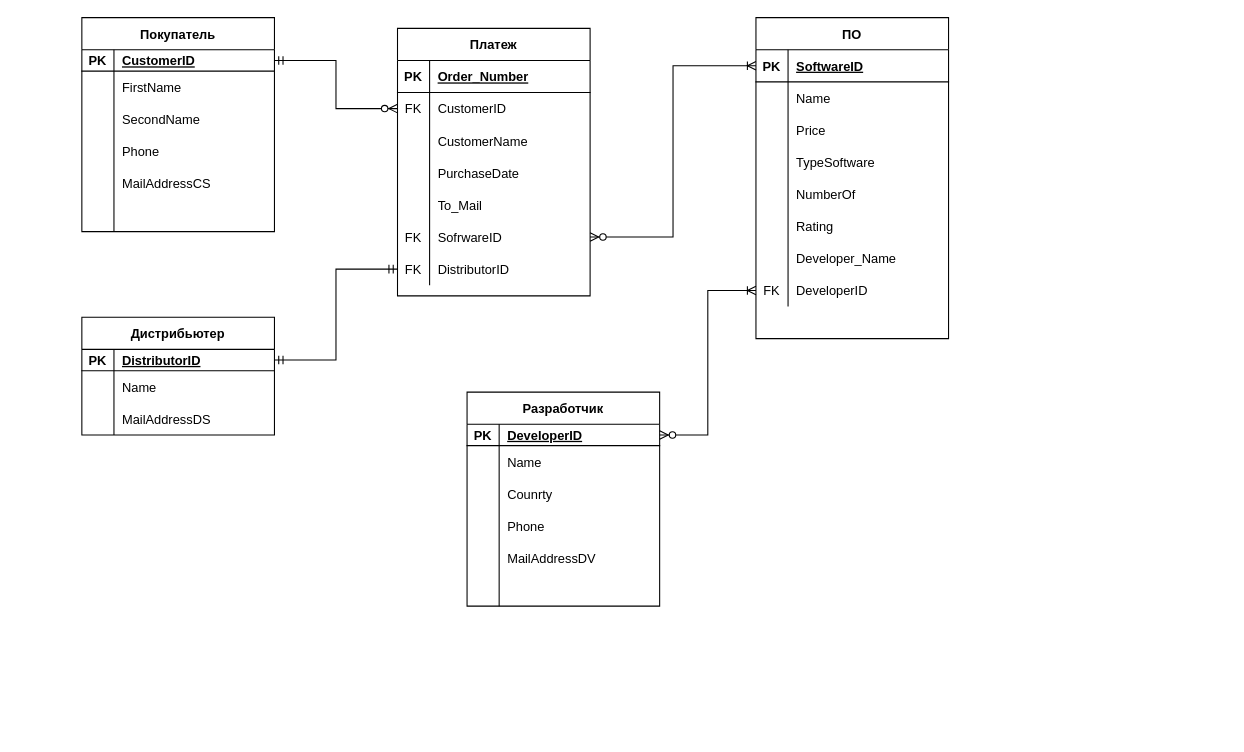
This is ER_Diagr.drawio from NikitaGusevZ/FirstRepository, a draw.io file, before an edit. Source tidied: cells renumbered, new cells numbered last; positions are measured from the earlier drawing's top-left corner, leaving out a move shared by most shapes. Both pictures are drawn from the tidied source at 107%, with x=0, y=0 at pixel (81, 17).
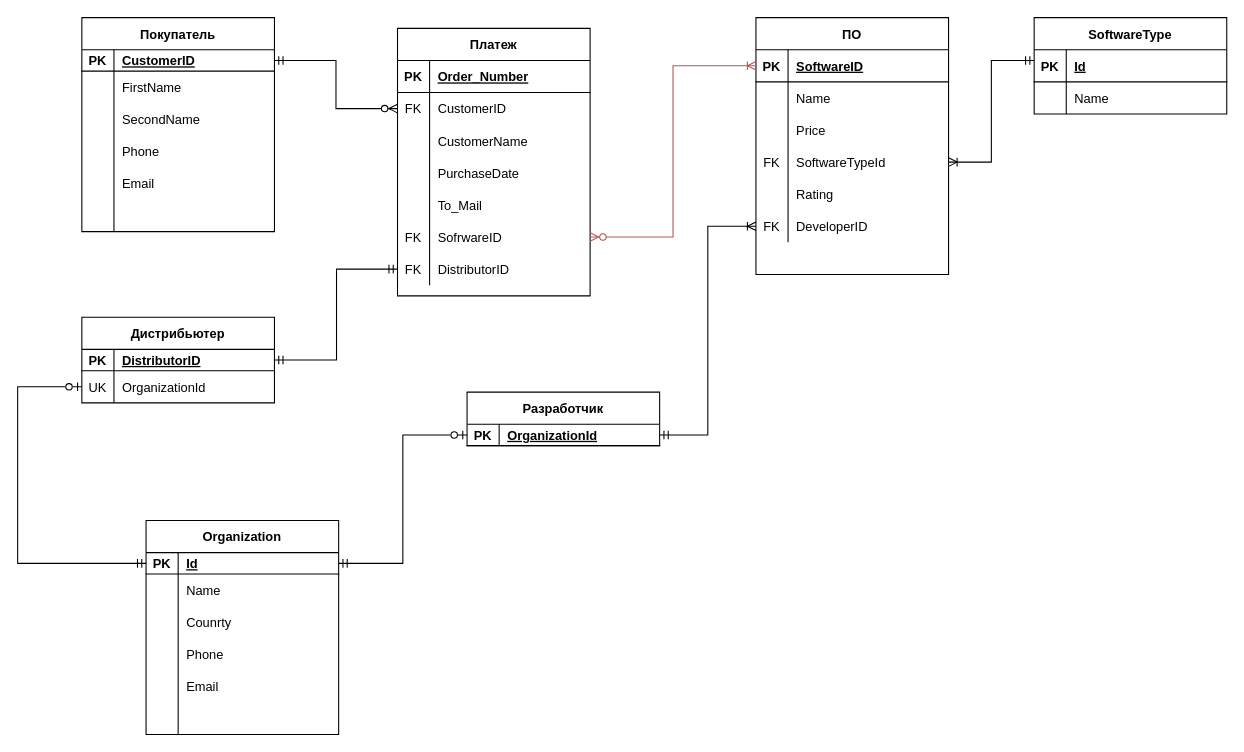
After the change.

The change refers to these unchanged cells:
```xml
<mxCell id="15" style="shape=partialRectangle;fillColor=none;top=0;left=0;bottom=0;right=0;strokeColor=default;" parent="2" vertex="1">
  <mxGeometry y="140" width="180" height="30" as="geometry" />
</mxCell>
<mxCell id="22" style="shape=partialRectangle;fillColor=none;top=0;left=0;bottom=1;right=0;points=[[0,0.5],[1,0.5]];portConstraint=eastwest;strokeColor=default;" parent="21" vertex="1">
  <mxGeometry y="30" width="180" height="30" as="geometry" />
</mxCell>
<mxCell id="31" style="shape=partialRectangle;fillColor=none;top=0;left=0;bottom=0;right=0;points=[[0,0.5],[1,0.5]];portConstraint=eastwest;strokeColor=default;" parent="21" vertex="1">
  <mxGeometry y="120" width="180" height="30" as="geometry" />
</mxCell>
<mxCell id="62" style="shape=partialRectangle;fillColor=none;top=0;left=0;bottom=0;right=0;points=[[0,0.5],[1,0.5]];portConstraint=eastwest;strokeColor=default;" parent="46" vertex="1">
  <mxGeometry y="180" width="180" height="30" as="geometry" />
</mxCell>
<mxCell id="65" style="shape=partialRectangle;fillColor=none;top=0;left=0;bottom=0;right=0;points=[[0,0.5],[1,0.5]];portConstraint=eastwest;strokeColor=default;" parent="46" vertex="1">
  <mxGeometry y="210" width="180" height="30" as="geometry" />
</mxCell>
<mxCell id="71" style="shape=partialRectangle;fillColor=none;top=0;left=0;bottom=1;right=0;points=[[0,0.5],[1,0.5]];portConstraint=eastwest;strokeColor=default;" parent="70" vertex="1">
  <mxGeometry y="30" width="180" height="20" as="geometry" />
</mxCell>
<mxCell id="82" style="shape=partialRectangle;fillColor=none;top=0;left=0;bottom=1;right=0;points=[[0,0.5],[1,0.5]];portConstraint=eastwest;strokeColor=default;" parent="81" vertex="1">
  <mxGeometry y="30" width="180" height="20" as="geometry" />
</mxCell>
```

Diff of the diagram source:
```diff
@@
-    <mxCell id="17" value="MailAddressCS" style="shape=partialRectangle;fillColor=none;top=0;left=0;bottom=0;right=0;align=left;spacingLeft=6;overflow=hidden;strokeColor=default;" parent="15" vertex="1">
+    <mxCell id="17" value="Email" style="shape=partialRectangle;fillColor=none;top=0;left=0;bottom=0;right=0;align=left;spacingLeft=6;overflow=hidden;strokeColor=default;" parent="15" vertex="1">
       <mxGeometry x="30" width="150" height="30" as="geometry" />
     </mxCell>
@@
     <mxCell id="21" value="ПО" style="shape=table;startSize=30;childLayout=tableLayout;rowLines=0;fontStyle=1;align=center;strokeColor=default;" parent="1" vertex="1">
-      <mxGeometry x="630" width="180" height="300" as="geometry" />
+      <mxGeometry x="630" width="180" height="240" as="geometry" />
     </mxCell>
@@
-    <mxCell id="32" style="shape=partialRectangle;fillColor=none;top=0;left=0;bottom=0;right=0;overflow=hidden;strokeColor=default;" parent="31" vertex="1">
+    <mxCell id="32" value="FK" style="shape=partialRectangle;fillColor=none;top=0;left=0;bottom=0;right=0;overflow=hidden;strokeColor=default;" parent="31" vertex="1">
       <mxGeometry width="30" height="30" as="geometry" />
     </mxCell>
-    <mxCell id="33" value="TypeSoftware" style="shape=partialRectangle;fillColor=none;top=0;left=0;bottom=0;right=0;align=left;spacingLeft=6;overflow=hidden;strokeColor=default;" parent="31" vertex="1">
+    <mxCell id="33" value="SoftwareTypeId" style="shape=partialRectangle;fillColor=none;top=0;left=0;bottom=0;right=0;align=left;spacingLeft=6;overflow=hidden;strokeColor=default;" parent="31" vertex="1">
       <mxGeometry x="30" width="150" height="30" as="geometry" />
     </mxCell>
-    <mxCell id="34" style="shape=partialRectangle;fillColor=none;top=0;left=0;bottom=0;right=0;strokeColor=default;" parent="21" vertex="1">
-      <mxGeometry y="150" width="180" height="30" as="geometry" />
-    </mxCell>
-    <mxCell id="35" style="shape=partialRectangle;fillColor=none;top=0;left=0;bottom=0;right=0;overflow=hidden;strokeColor=default;" parent="34" vertex="1">
-      <mxGeometry width="30" height="30" as="geometry" />
-    </mxCell>
-    <mxCell id="36" value="NumberOf" style="shape=partialRectangle;fillColor=none;top=0;left=0;bottom=0;right=0;align=left;spacingLeft=6;overflow=hidden;strokeColor=default;" parent="34" vertex="1">
-      <mxGeometry x="30" width="150" height="30" as="geometry" />
-    </mxCell>
     <mxCell id="37" style="shape=partialRectangle;fillColor=none;top=0;left=0;bottom=0;right=0;" parent="21" vertex="1">
-      <mxGeometry y="180" width="180" height="30" as="geometry" />
+      <mxGeometry y="150" width="180" height="30" as="geometry" />
     </mxCell>
@@
-    <mxCell id="40" style="shape=partialRectangle;fillColor=none;top=0;left=0;bottom=0;right=0;strokeColor=default;" parent="21" vertex="1">
-      <mxGeometry y="210" width="180" height="30" as="geometry" />
-    </mxCell>
-    <mxCell id="41" style="shape=partialRectangle;fillColor=none;top=0;left=0;bottom=0;right=0;overflow=hidden;strokeColor=default;" parent="40" vertex="1">
-      <mxGeometry width="30" height="30" as="geometry" />
-    </mxCell>
-    <mxCell id="42" value="Developer_Name" style="shape=partialRectangle;fillColor=none;top=0;left=0;bottom=0;right=0;align=left;spacingLeft=6;overflow=hidden;strokeColor=default;" parent="40" vertex="1">
-      <mxGeometry x="30" width="150" height="30" as="geometry" />
-    </mxCell>
     <mxCell id="43" style="shape=partialRectangle;fillColor=none;top=0;left=0;bottom=0;right=0;points=[[0,0.5],[1,0.5]];portConstraint=eastwest;strokeColor=default;" parent="21" vertex="1">
-      <mxGeometry y="240" width="180" height="30" as="geometry" />
+      <mxGeometry y="180" width="180" height="30" as="geometry" />
     </mxCell>
@@
-    <mxCell id="69" style="edgeStyle=orthogonalEdgeStyle;fontSize=12;html=1;endArrow=ERoneToMany;startArrow=ERzeroToMany;rounded=0;" parent="1" edge="1" source="62" target="22">
+    <mxCell id="69" style="edgeStyle=orthogonalEdgeStyle;fontSize=12;html=1;endArrow=ERoneToMany;startArrow=ERzeroToMany;rounded=0;fillColor=#f8cecc;strokeColor=#b85450;" parent="1" edge="1" source="62" target="22">
       <mxGeometry relative="1" as="geometry" />
     </mxCell>
     <mxCell id="70" value="Дистрибьютер" style="shape=table;startSize=30;childLayout=tableLayout;rowLines=0;fontStyle=1;align=center;strokeColor=default;" parent="1" vertex="1">
-      <mxGeometry y="280" width="180" height="110" as="geometry" />
+      <mxGeometry y="280" width="180" height="80" as="geometry" />
     </mxCell>
@@
-    <mxCell id="74" style="shape=partialRectangle;fillColor=none;top=0;left=0;bottom=0;right=0;strokeColor=default;" parent="70" vertex="1">
-      <mxGeometry y="50" width="180" height="30" as="geometry" />
-    </mxCell>
-    <mxCell id="75" style="shape=partialRectangle;fillColor=none;top=0;left=0;bottom=0;right=0;overflow=hidden;strokeColor=default;" parent="74" vertex="1">
-      <mxGeometry width="30" height="30" as="geometry" />
-    </mxCell>
-    <mxCell id="76" value="Name" style="shape=partialRectangle;fillColor=none;top=0;left=0;bottom=0;right=0;align=left;spacingLeft=6;overflow=hidden;strokeColor=default;" parent="74" vertex="1">
-      <mxGeometry x="30" width="150" height="30" as="geometry" />
-    </mxCell>
-    <mxCell id="77" style="shape=partialRectangle;fillColor=none;top=0;left=0;bottom=0;right=0;strokeColor=default;" parent="70" vertex="1">
-      <mxGeometry y="80" width="180" height="30" as="geometry" />
-    </mxCell>
-    <mxCell id="78" style="shape=partialRectangle;fillColor=none;top=0;left=0;bottom=0;right=0;overflow=hidden;strokeColor=default;" parent="77" vertex="1">
-      <mxGeometry width="30" height="30" as="geometry" />
-    </mxCell>
-    <mxCell id="79" value="MailAddressDS" style="shape=partialRectangle;fillColor=none;top=0;left=0;bottom=0;right=0;align=left;spacingLeft=6;overflow=hidden;strokeColor=default;" parent="77" vertex="1">
-      <mxGeometry x="30" width="150" height="30" as="geometry" />
-    </mxCell>
+    <mxCell id="101" style="shape=partialRectangle;fillColor=none;top=0;left=0;bottom=0;right=0;points=[[0,0.5],[1,0.5]];portConstraint=eastwest;strokeColor=default;" parent="70" vertex="1">
+      <mxGeometry y="50" width="180" height="30" as="geometry" />
+    </mxCell>
+    <mxCell id="102" value="UK" style="shape=partialRectangle;fillColor=none;top=0;left=0;bottom=0;right=0;overflow=hidden;strokeColor=default;" parent="101" vertex="1">
+      <mxGeometry width="30" height="30" as="geometry" />
+    </mxCell>
+    <mxCell id="103" value="OrganizationId" style="shape=partialRectangle;fillColor=none;top=0;left=0;bottom=0;right=0;align=left;spacingLeft=6;overflow=hidden;strokeColor=default;" parent="101" vertex="1">
+      <mxGeometry x="30" width="150" height="30" as="geometry" />
+    </mxCell>
     <mxCell id="80" style="edgeStyle=orthogonalEdgeStyle;fontSize=12;html=1;endArrow=ERmandOne;startArrow=ERmandOne;rounded=0;" parent="1" edge="1" source="71" target="65">
-      <mxGeometry relative="1" as="geometry" />
+      <mxGeometry relative="1" as="geometry">
+        <Array as="points">
+          <mxPoint x="238" y="320" />
+          <mxPoint x="238" y="235" />
+        </Array>
+      </mxGeometry>
     </mxCell>
     <mxCell id="81" value="Разработчик" style="shape=table;startSize=30;childLayout=tableLayout;rowLines=0;fontStyle=1;align=center;strokeColor=default;" parent="1" vertex="1">
-      <mxGeometry x="360" y="350" width="180" height="200" as="geometry" />
+      <mxGeometry x="360" y="350" width="180" height="50" as="geometry" />
     </mxCell>
@@
-    <mxCell id="84" value="DeveloperID" style="shape=partialRectangle;fillColor=none;top=0;left=0;bottom=0;right=0;align=left;spacingLeft=6;fontStyle=5;overflow=hidden;strokeColor=default;" parent="82" vertex="1">
+    <mxCell id="84" value="OrganizationId" style="shape=partialRectangle;fillColor=none;top=0;left=0;bottom=0;right=0;align=left;spacingLeft=6;fontStyle=5;overflow=hidden;strokeColor=default;" parent="82" vertex="1">
       <mxGeometry x="30" width="150" height="20" as="geometry" />
     </mxCell>
-    <mxCell id="85" style="shape=partialRectangle;fillColor=none;top=0;left=0;bottom=0;right=0;strokeColor=default;" parent="81" vertex="1">
-      <mxGeometry y="50" width="180" height="30" as="geometry" />
-    </mxCell>
-    <mxCell id="86" style="shape=partialRectangle;fillColor=none;top=0;left=0;bottom=0;right=0;overflow=hidden;strokeColor=default;" parent="85" vertex="1">
-      <mxGeometry width="30" height="30" as="geometry" />
-    </mxCell>
-    <mxCell id="87" value="Name" style="shape=partialRectangle;fillColor=none;top=0;left=0;bottom=0;right=0;align=left;spacingLeft=6;overflow=hidden;strokeColor=default;" parent="85" vertex="1">
-      <mxGeometry x="30" width="150" height="30" as="geometry" />
-    </mxCell>
-    <mxCell id="88" style="shape=partialRectangle;fillColor=none;top=0;left=0;bottom=0;right=0;strokeColor=default;" parent="81" vertex="1">
-      <mxGeometry y="80" width="180" height="30" as="geometry" />
-    </mxCell>
-    <mxCell id="89" style="shape=partialRectangle;fillColor=none;top=0;left=0;bottom=0;right=0;overflow=hidden;strokeColor=default;" parent="88" vertex="1">
-      <mxGeometry width="30" height="30" as="geometry" />
-    </mxCell>
+    <mxCell id="100" style="edgeStyle=orthogonalEdgeStyle;fontSize=12;html=1;endArrow=ERoneToMany;startArrow=ERmandOne;rounded=0;startFill=0;" parent="1" edge="1" source="82" target="43">
+      <mxGeometry relative="1" as="geometry" />
+    </mxCell>
+    <mxCell id="104" value="SoftwareType" style="shape=table;startSize=30;childLayout=tableLayout;rowLines=0;fontStyle=1;align=center;strokeColor=default;" parent="1" vertex="1">
+      <mxGeometry x="890" width="180" height="90" as="geometry" />
+    </mxCell>
+    <mxCell id="105" style="shape=partialRectangle;fillColor=none;top=0;left=0;bottom=1;right=0;points=[[0,0.5],[1,0.5]];portConstraint=eastwest;strokeColor=default;" parent="104" vertex="1">
+      <mxGeometry y="30" width="180" height="30" as="geometry" />
+    </mxCell>
+    <mxCell id="106" value="PK" style="shape=partialRectangle;fillColor=none;top=0;left=0;bottom=0;right=0;fontStyle=1;overflow=hidden;strokeColor=default;" parent="105" vertex="1">
+      <mxGeometry width="30" height="30" as="geometry" />
+    </mxCell>
+    <mxCell id="107" value="Id" style="shape=partialRectangle;fillColor=none;top=0;left=0;bottom=0;right=0;align=left;spacingLeft=6;fontStyle=5;overflow=hidden;strokeColor=default;" parent="105" vertex="1">
+      <mxGeometry x="30" width="150" height="30" as="geometry" />
+    </mxCell>
+    <mxCell id="108" style="shape=partialRectangle;fillColor=none;top=0;left=0;bottom=0;right=0;strokeColor=default;" parent="104" vertex="1">
+      <mxGeometry y="60" width="180" height="30" as="geometry" />
+    </mxCell>
+    <mxCell id="109" style="shape=partialRectangle;fillColor=none;top=0;left=0;bottom=0;right=0;overflow=hidden;strokeColor=default;" parent="108" vertex="1">
+      <mxGeometry width="30" height="30" as="geometry" />
+    </mxCell>
+    <mxCell id="110" value="Name" style="shape=partialRectangle;fillColor=none;top=0;left=0;bottom=0;right=0;align=left;spacingLeft=6;overflow=hidden;strokeColor=default;" parent="108" vertex="1">
+      <mxGeometry x="30" width="150" height="30" as="geometry" />
+    </mxCell>
+    <mxCell id="111" style="edgeStyle=orthogonalEdgeStyle;fontSize=12;html=1;endArrow=ERoneToMany;startArrow=ERmandOne;rounded=0;startFill=0;exitX=0;exitY=0.333;exitDx=0;exitDy=0;exitPerimeter=0;" parent="1" edge="1" source="105" target="31">
+      <mxGeometry relative="1" as="geometry" />
+    </mxCell>
+    <mxCell id="112" value="Organization" style="shape=table;startSize=30;childLayout=tableLayout;rowLines=0;fontStyle=1;align=center;strokeColor=default;" parent="1" vertex="1">
+      <mxGeometry x="60" y="470" width="180" height="200" as="geometry" />
+    </mxCell>
+    <mxCell id="113" style="shape=partialRectangle;fillColor=none;top=0;left=0;bottom=1;right=0;points=[[0,0.5],[1,0.5]];portConstraint=eastwest;strokeColor=default;" parent="112" vertex="1">
+      <mxGeometry y="30" width="180" height="20" as="geometry" />
+    </mxCell>
+    <mxCell id="114" value="PK" style="shape=partialRectangle;fillColor=none;top=0;left=0;bottom=0;right=0;fontStyle=1;overflow=hidden;strokeColor=default;" parent="113" vertex="1">
+      <mxGeometry width="30" height="20" as="geometry" />
+    </mxCell>
+    <mxCell id="115" value="Id" style="shape=partialRectangle;fillColor=none;top=0;left=0;bottom=0;right=0;align=left;spacingLeft=6;fontStyle=5;overflow=hidden;strokeColor=default;" parent="113" vertex="1">
+      <mxGeometry x="30" width="150" height="20" as="geometry" />
+    </mxCell>
+    <mxCell id="116" style="shape=partialRectangle;fillColor=none;top=0;left=0;bottom=0;right=0;strokeColor=default;" parent="112" vertex="1">
+      <mxGeometry y="50" width="180" height="30" as="geometry" />
+    </mxCell>
+    <mxCell id="117" style="shape=partialRectangle;fillColor=none;top=0;left=0;bottom=0;right=0;overflow=hidden;strokeColor=default;" parent="116" vertex="1">
+      <mxGeometry width="30" height="30" as="geometry" />
+    </mxCell>
+    <mxCell id="118" value="Name" style="shape=partialRectangle;fillColor=none;top=0;left=0;bottom=0;right=0;align=left;spacingLeft=6;overflow=hidden;strokeColor=default;" parent="116" vertex="1">
+      <mxGeometry x="30" width="150" height="30" as="geometry" />
+    </mxCell>
+    <mxCell id="119" style="shape=partialRectangle;fillColor=none;top=0;left=0;bottom=0;right=0;strokeColor=default;" parent="112" vertex="1">
+      <mxGeometry y="80" width="180" height="30" as="geometry" />
+    </mxCell>
+    <mxCell id="120" style="shape=partialRectangle;fillColor=none;top=0;left=0;bottom=0;right=0;overflow=hidden;strokeColor=default;" parent="119" vertex="1">
+      <mxGeometry width="30" height="30" as="geometry" />
+    </mxCell>
-    <mxCell id="90" value="Counrty" style="shape=partialRectangle;fillColor=none;top=0;left=0;bottom=0;right=0;align=left;spacingLeft=6;overflow=hidden;strokeColor=default;" parent="88" vertex="1">
+    <mxCell id="90" value="Counrty" style="shape=partialRectangle;fillColor=none;top=0;left=0;bottom=0;right=0;align=left;spacingLeft=6;overflow=hidden;strokeColor=default;" parent="119" vertex="1">
       <mxGeometry x="30" width="150" height="30" as="geometry" />
     </mxCell>
-    <mxCell id="91" style="shape=partialRectangle;fillColor=none;top=0;left=0;bottom=0;right=0;strokeColor=default;" parent="81" vertex="1">
+    <mxCell id="91" style="shape=partialRectangle;fillColor=none;top=0;left=0;bottom=0;right=0;strokeColor=default;" parent="112" vertex="1">
       <mxGeometry y="110" width="180" height="30" as="geometry" />
     </mxCell>
-    <mxCell id="92" style="shape=partialRectangle;fillColor=none;top=0;left=0;bottom=0;right=0;overflow=hidden;strokeColor=default;" parent="91" vertex="1">
-      <mxGeometry width="30" height="30" as="geometry" />
-    </mxCell>
+    <mxCell id="121" style="shape=partialRectangle;fillColor=none;top=0;left=0;bottom=0;right=0;overflow=hidden;strokeColor=default;" parent="91" vertex="1">
+      <mxGeometry width="30" height="30" as="geometry" />
+    </mxCell>
@@
-    <mxCell id="94" style="shape=partialRectangle;fillColor=none;top=0;left=0;bottom=0;right=0;strokeColor=default;" parent="81" vertex="1">
+    <mxCell id="94" style="shape=partialRectangle;fillColor=none;top=0;left=0;bottom=0;right=0;strokeColor=default;" parent="112" vertex="1">
       <mxGeometry y="140" width="180" height="30" as="geometry" />
     </mxCell>
-    <mxCell id="95" style="shape=partialRectangle;fillColor=none;top=0;left=0;bottom=0;right=0;overflow=hidden;strokeColor=default;" parent="94" vertex="1">
-      <mxGeometry width="30" height="30" as="geometry" />
-    </mxCell>
-    <mxCell id="96" value="MailAddressDV" style="shape=partialRectangle;fillColor=none;top=0;left=0;bottom=0;right=0;align=left;spacingLeft=6;overflow=hidden;strokeColor=default;" parent="94" vertex="1">
-      <mxGeometry x="30" width="150" height="30" as="geometry" />
-    </mxCell>
+    <mxCell id="122" style="shape=partialRectangle;fillColor=none;top=0;left=0;bottom=0;right=0;overflow=hidden;strokeColor=default;" parent="94" vertex="1">
+      <mxGeometry width="30" height="30" as="geometry" />
+    </mxCell>
+    <mxCell id="123" value="Email" style="shape=partialRectangle;fillColor=none;top=0;left=0;bottom=0;right=0;align=left;spacingLeft=6;overflow=hidden;strokeColor=default;" parent="94" vertex="1">
+      <mxGeometry x="30" width="150" height="30" as="geometry" />
+    </mxCell>
-    <mxCell id="97" style="shape=partialRectangle;fillColor=none;top=0;left=0;bottom=0;right=0;strokeColor=default;" parent="81" vertex="1">
+    <mxCell id="97" style="shape=partialRectangle;fillColor=none;top=0;left=0;bottom=0;right=0;strokeColor=default;" parent="112" vertex="1">
       <mxGeometry y="170" width="180" height="30" as="geometry" />
     </mxCell>
-    <mxCell id="98" style="shape=partialRectangle;fillColor=none;top=0;left=0;bottom=0;right=0;overflow=hidden;strokeColor=default;" parent="97" vertex="1">
-      <mxGeometry width="30" height="30" as="geometry" />
-    </mxCell>
+    <mxCell id="124" style="shape=partialRectangle;fillColor=none;top=0;left=0;bottom=0;right=0;overflow=hidden;strokeColor=default;" parent="97" vertex="1">
+      <mxGeometry width="30" height="30" as="geometry" />
+    </mxCell>
@@
-    <mxCell id="100" style="edgeStyle=orthogonalEdgeStyle;fontSize=12;html=1;endArrow=ERoneToMany;startArrow=ERzeroToMany;rounded=0;" parent="1" edge="1" source="82" target="43">
-      <mxGeometry relative="1" as="geometry" />
-    </mxCell>
+    <mxCell id="125" style="edgeStyle=orthogonalEdgeStyle;fontSize=12;html=1;endArrow=ERmandOne;startArrow=ERzeroToOne;rounded=0;startFill=0;exitX=0;exitY=0.5;exitDx=0;exitDy=0;endFill=0;" parent="1" edge="1" source="82" target="113">
+      <mxGeometry relative="1" as="geometry" />
+    </mxCell>
+    <mxCell id="126" style="edgeStyle=orthogonalEdgeStyle;fontSize=12;html=1;endArrow=ERmandOne;startArrow=ERzeroToOne;rounded=0;startFill=0;exitX=0;exitY=0.5;exitDx=0;exitDy=0;endFill=0;entryX=0;entryY=0.5;entryDx=0;entryDy=0;" parent="1" edge="1" source="101" target="113">
+      <mxGeometry relative="1" as="geometry">
+        <Array as="points">
+          <mxPoint x="-60" y="345" />
+          <mxPoint x="-60" y="510" />
+        </Array>
+      </mxGeometry>
+    </mxCell>
```
